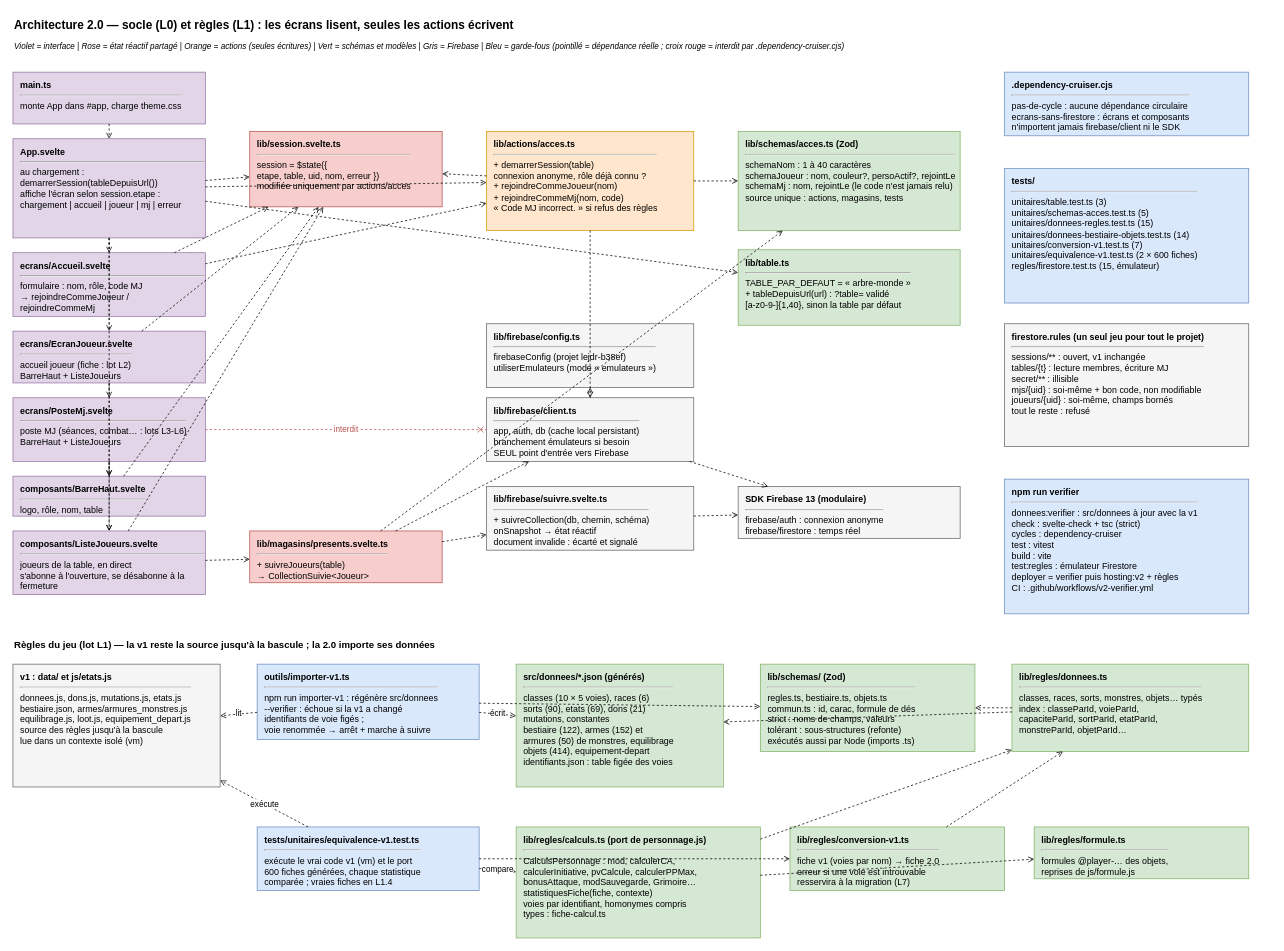
Earlier version of the draw.io diagram page "Architecture 2.0 - modules du socle" (1 of 2) of docs/architecture-v2.drawio (bazfar/cof-compagno). Source tidied: cells renumbered, new cells numbered last; positions are measured from the earlier drawing's top-left corner, leaving out a move shared by most shapes. Both pictures are drawn from the tidied source at 74%, with x=0, y=0 at pixel (13, 13).
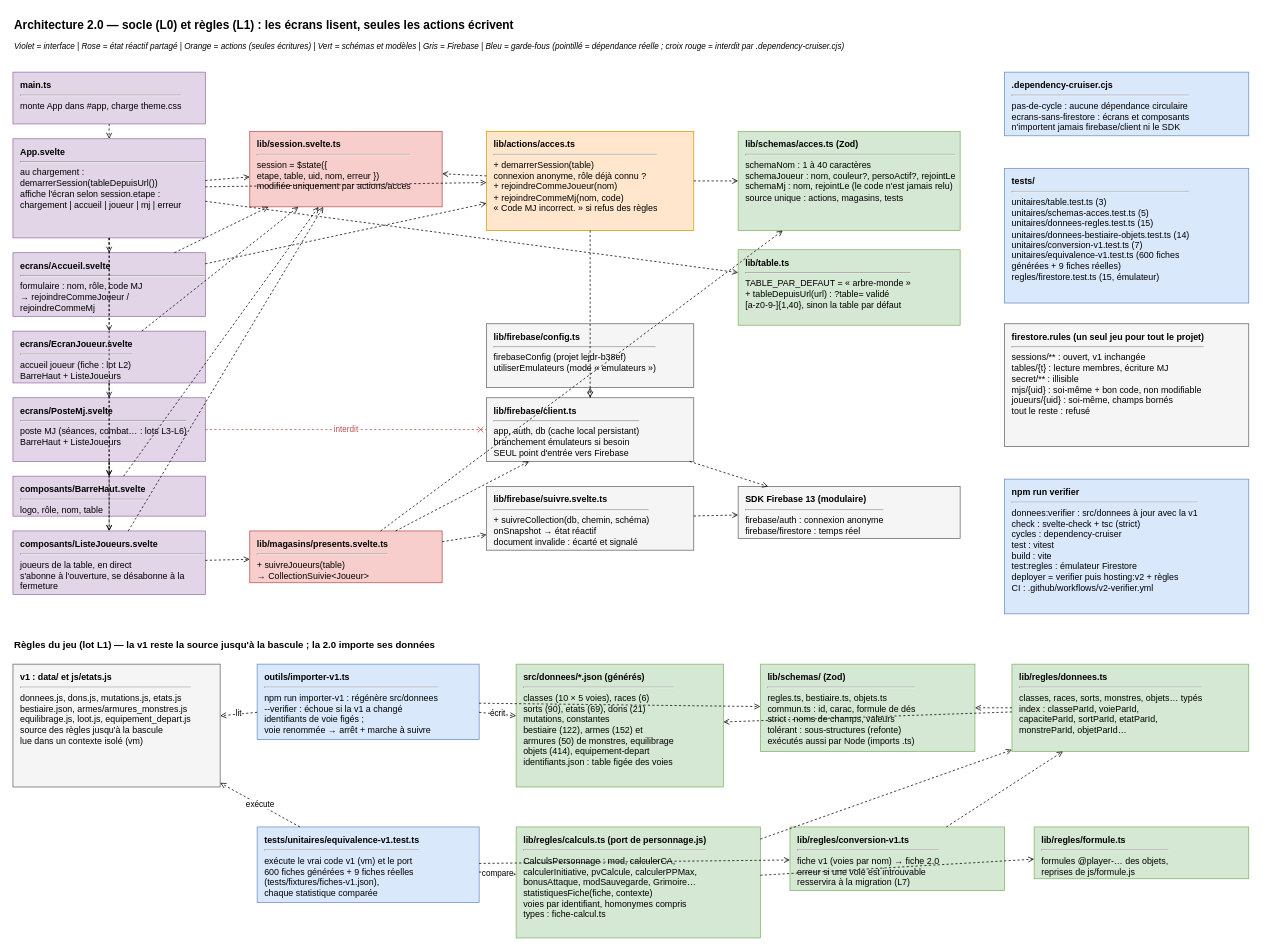
Above is the later version.

Commit message (it also covers changes not shown here):
v2(regles): les 9 fiches reelles de la table dans le test d'equivalence

Diff of the diagram source:
```diff
@@
-    <mxCell id="22" value="&lt;b&gt;tests/&lt;/b&gt;&lt;hr&gt;unitaires/table.test.ts (3)&lt;br&gt;unitaires/schemas-acces.test.ts (5)&lt;br&gt;unitaires/donnees-regles.test.ts (15)&lt;br&gt;unitaires/donnees-bestiaire-objets.test.ts (14)&lt;br&gt;unitaires/conversion-v1.test.ts (7)&lt;br&gt;unitaires/equivalence-v1.test.ts (2 × 600 fiches)&lt;br&gt;regles/firestore.test.ts (15, émulateur)" style="rounded=0;whiteSpace=wrap;html=1;align=left;verticalAlign=top;spacingLeft=8;spacingTop=4;fillColor=#dae8fc;strokeColor=#6c8ebf;" parent="1" vertex="1">
+    <mxCell id="22" value="&lt;b&gt;tests/&lt;/b&gt;&lt;hr&gt;unitaires/table.test.ts (3)&lt;br&gt;unitaires/schemas-acces.test.ts (5)&lt;br&gt;unitaires/donnees-regles.test.ts (15)&lt;br&gt;unitaires/donnees-bestiaire-objets.test.ts (14)&lt;br&gt;unitaires/conversion-v1.test.ts (7)&lt;br&gt;unitaires/equivalence-v1.test.ts (600 fiches&lt;br&gt;  générées + 9 fiches réelles)&lt;br&gt;regles/firestore.test.ts (15, émulateur)" style="rounded=0;whiteSpace=wrap;html=1;align=left;verticalAlign=top;spacingLeft=8;spacingTop=4;fillColor=#dae8fc;strokeColor=#6c8ebf;" parent="1" vertex="1">
       <mxGeometry x="1340" y="210" width="330" height="182" as="geometry" />
     </mxCell>
@@
-    <mxCell id="30" value="&lt;b&gt;tests/unitaires/equivalence-v1.test.ts&lt;/b&gt;&lt;hr&gt;exécute le vrai code v1 (vm) et le port&lt;br&gt;600 fiches générées, chaque statistique&lt;br&gt;comparée ; vraies fiches en L1.4" style="rounded=0;whiteSpace=wrap;html=1;align=left;verticalAlign=top;spacingLeft=8;spacingTop=4;fillColor=#dae8fc;strokeColor=#6c8ebf;" parent="1" vertex="1">
-      <mxGeometry x="330" y="1100" width="300" height="86" as="geometry" />
+    <mxCell id="30" value="&lt;b&gt;tests/unitaires/equivalence-v1.test.ts&lt;/b&gt;&lt;hr&gt;exécute le vrai code v1 (vm) et le port&lt;br&gt;600 fiches générées + 9 fiches réelles&lt;br&gt;(tests/fixtures/fiches-v1.json),&lt;br&gt;chaque statistique comparée" style="rounded=0;whiteSpace=wrap;html=1;align=left;verticalAlign=top;spacingLeft=8;spacingTop=4;fillColor=#dae8fc;strokeColor=#6c8ebf;" parent="1" vertex="1">
+      <mxGeometry x="330" y="1100" width="300" height="102" as="geometry" />
     </mxCell>
```
